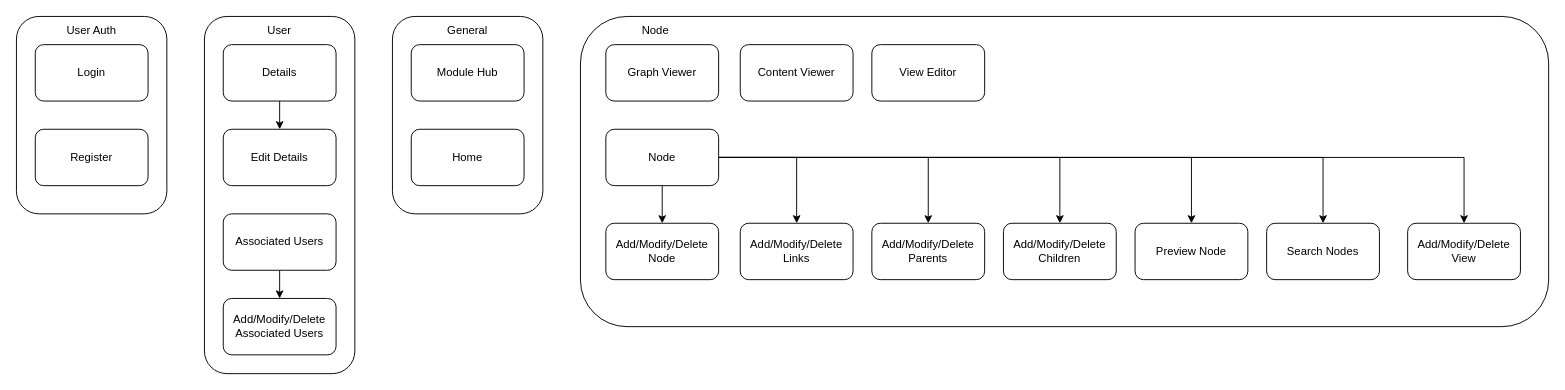
TMarekAgh/remember keeps this draw.io diagram as docs/front_views.drawio. Above is the earlier version. Source tidied: cells renumbered, new cells numbered last; positions are measured from the earlier drawing's top-left corner, leaving out a move shared by most shapes. Both pictures are drawn from the tidied source at 94%, with x=0, y=0 at pixel (16, 16).
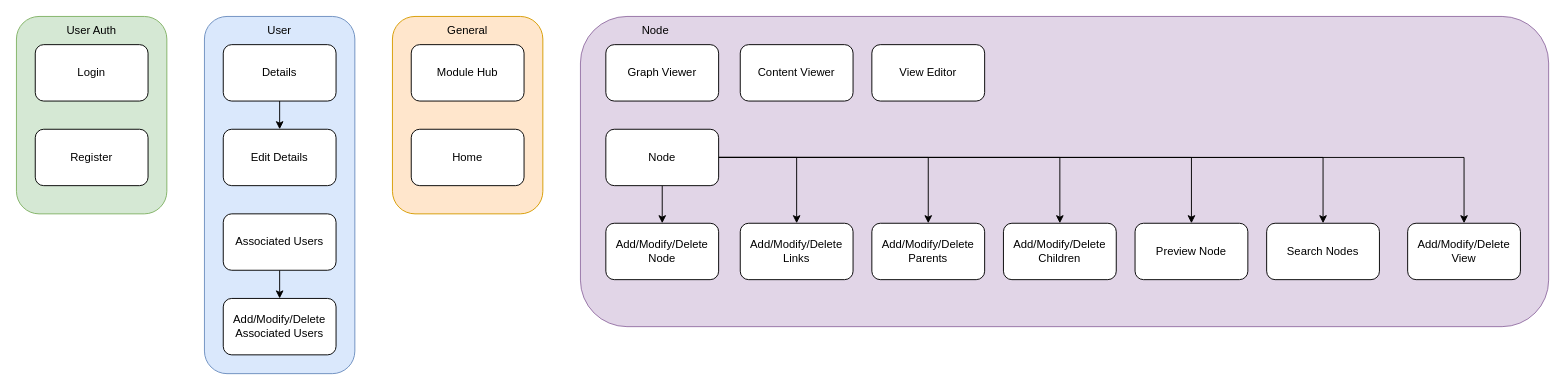
The same page after the edit.

Change to the diagram source:
```diff
@@
-    <mxCell id="2" style="rounded=1;whiteSpace=wrap;html=1;" parent="1" vertex="1">
+    <mxCell id="2" style="rounded=1;whiteSpace=wrap;html=1;fillColor=#d5e8d4;strokeColor=#82b366;" parent="1" vertex="1">
       <mxGeometry width="160" height="210" as="geometry" />
     </mxCell>
@@
-    <mxCell id="5" style="rounded=1;whiteSpace=wrap;html=1;" parent="1" vertex="1">
+    <mxCell id="5" style="rounded=1;whiteSpace=wrap;html=1;fillColor=#ffe6cc;strokeColor=#d79b00;" parent="1" vertex="1">
       <mxGeometry x="400" width="160" height="210" as="geometry" />
     </mxCell>
@@
-    <mxCell id="9" style="rounded=1;whiteSpace=wrap;html=1;" parent="1" vertex="1">
+    <mxCell id="9" style="rounded=1;whiteSpace=wrap;html=1;fillColor=#dae8fc;strokeColor=#6c8ebf;" parent="1" vertex="1">
       <mxGeometry x="200" width="160" height="380" as="geometry" />
     </mxCell>
@@
-    <mxCell id="15" style="rounded=1;whiteSpace=wrap;html=1;" parent="1" vertex="1">
+    <mxCell id="15" style="rounded=1;whiteSpace=wrap;html=1;fillColor=#e1d5e7;strokeColor=#9673a6;" parent="1" vertex="1">
       <mxGeometry x="600" width="1030" height="330" as="geometry" />
     </mxCell>
```
